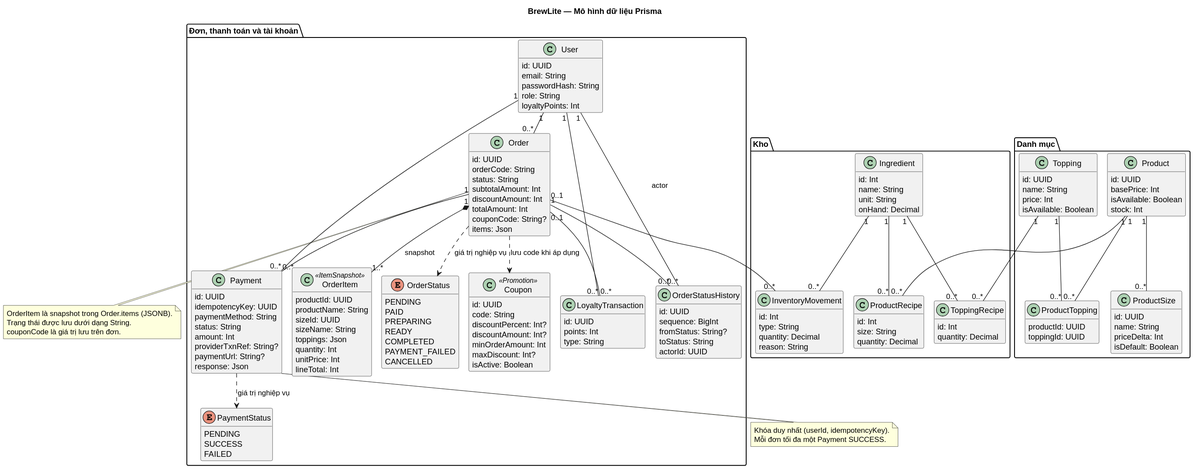
Before: docs/diagrams/ClassDiagram_BrewLite.svg, a diagram exported from PlantUML (VKhair/brewlite).
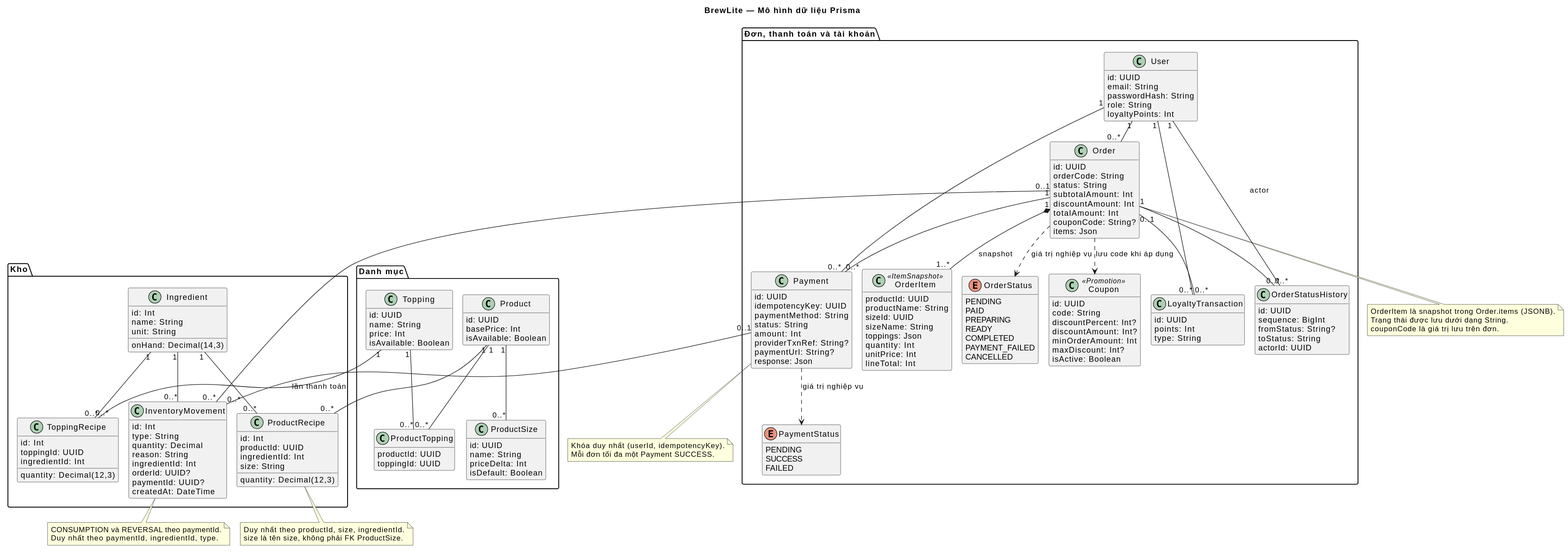
Above is the later version.

The edit, as a diff of the source:
```diff
@@ -10,7 +10,6 @@
     id: UUID
     basePrice: Int
     isAvailable: Boolean
-    stock: Int
   }
   class ProductSize {
     id: UUID
@@ -110,22 +109,30 @@
     id: Int
     name: String
     unit: String
-    onHand: Decimal
+    onHand: Decimal(14,3)
   }
   class ProductRecipe {
     id: Int
+    productId: UUID
+    ingredientId: Int
     size: String
-    quantity: Decimal
+    quantity: Decimal(12,3)
   }
   class ToppingRecipe {
     id: Int
-    quantity: Decimal
+    toppingId: UUID
+    ingredientId: Int
+    quantity: Decimal(12,3)
   }
   class InventoryMovement {
     id: Int
     type: String
     quantity: Decimal
     reason: String
+    ingredientId: Int
+    orderId: UUID?
+    paymentId: UUID?
+    createdAt: DateTime
   }
 }
 
@@ -149,6 +156,15 @@
 Ingredient "1" -- "0..*" ToppingRecipe
 Ingredient "1" -- "0..*" InventoryMovement
 Order "0..1" -- "0..*" InventoryMovement
+Payment "0..1" -- "0..*" InventoryMovement : lần thanh toán
+note bottom of InventoryMovement
+  CONSUMPTION và REVERSAL theo paymentId.
+  Duy nhất theo paymentId, ingredientId, type.
+end note
+note bottom of ProductRecipe
+  Duy nhất theo productId, size, ingredientId.
+  size là tên size, không phải FK ProductSize.
+end note
 
 note bottom of Order
   OrderItem là snapshot trong Order.items (JSONB).
```
